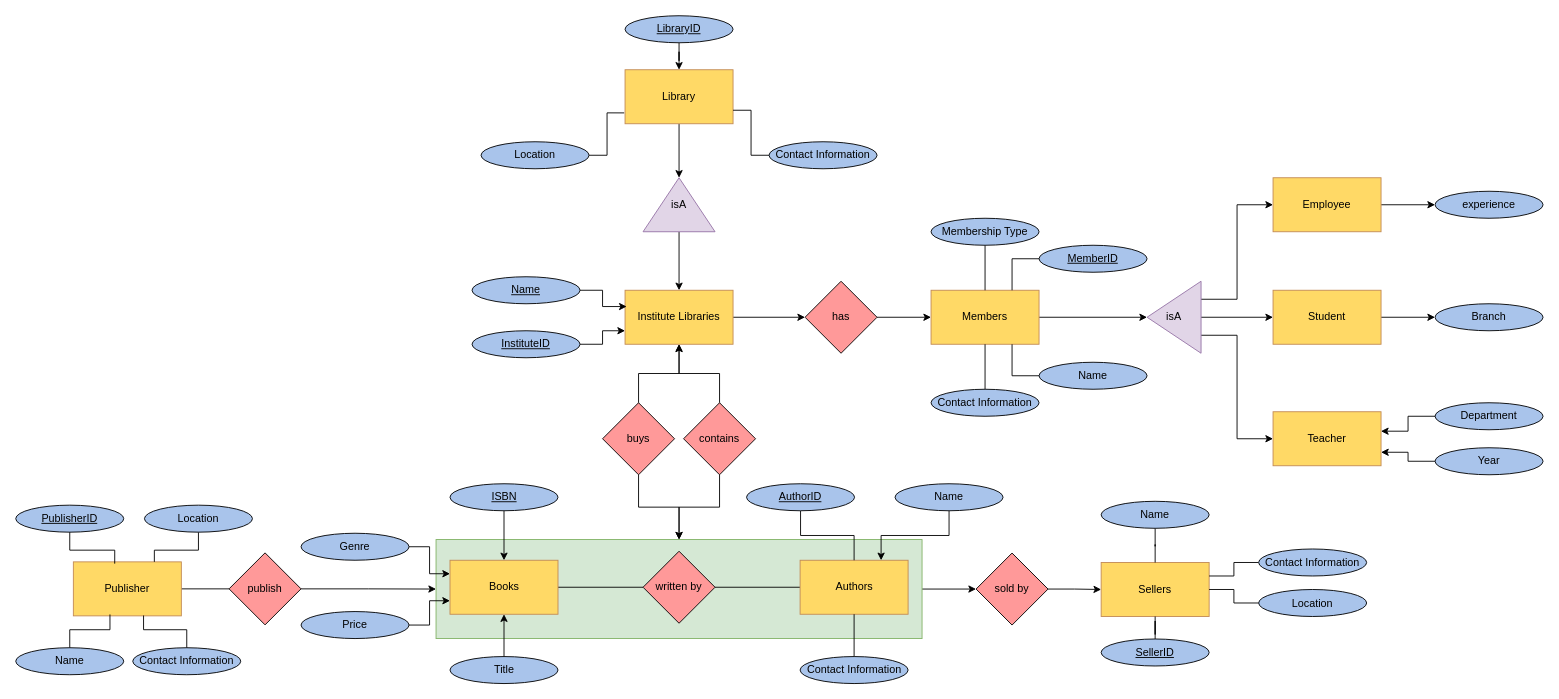
Earlier version of the draw.io diagram DBMSL/EER_SIU_LibraryManagement.drawio (onkar69483/LabCodes). Source tidied: cells renumbered, new cells numbered last; positions are measured from the earlier drawing's top-left corner, leaving out a move shared by most shapes. Both pictures are drawn from the tidied source at 90%, with x=0, y=0 at pixel (15, 15).
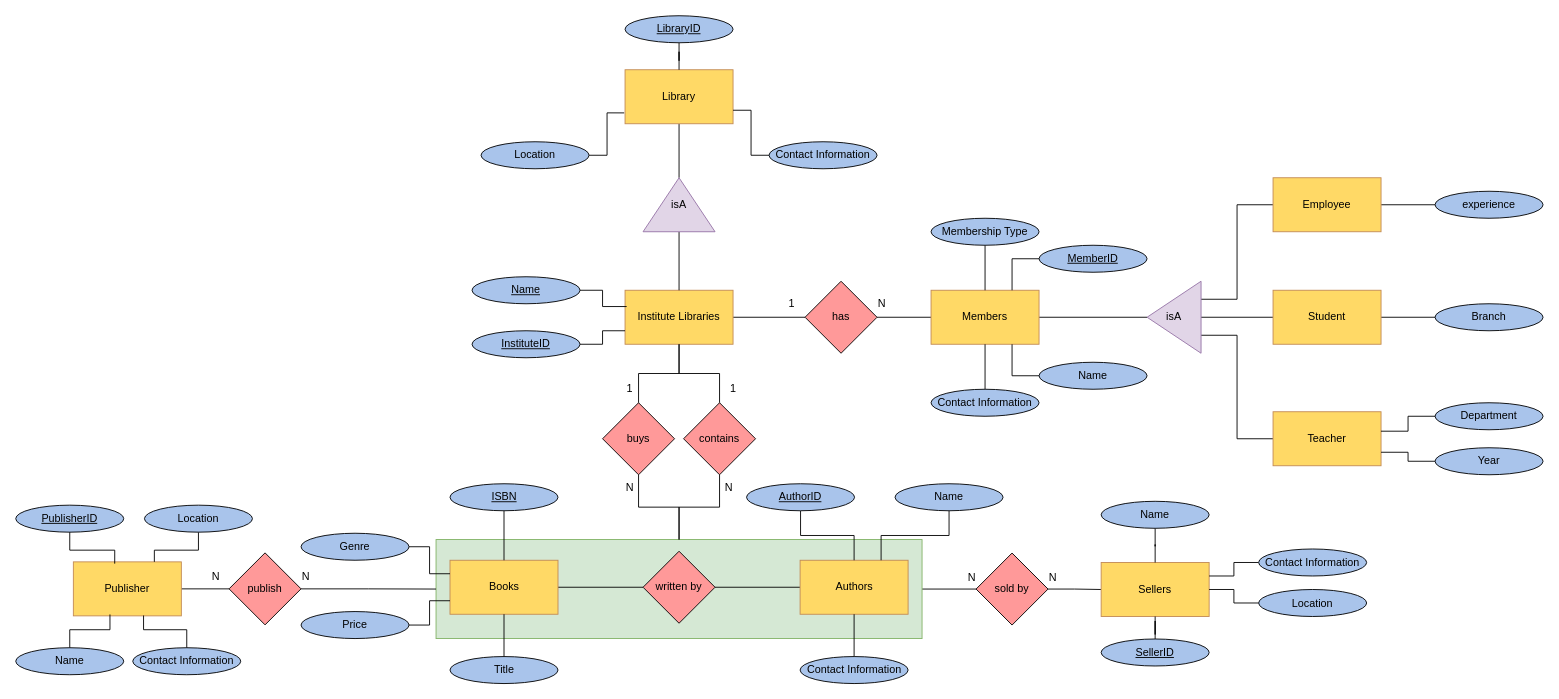
The same diagram, later.

The change refers to these unchanged cells:
```xml
<mxCell id="3" style="rounded=0;whiteSpace=wrap;html=1;fillColor=#d5e8d4;strokeColor=#82b366;" parent="1" vertex="1">
<mxCell id="5" value="Library" style="rounded=0;whiteSpace=wrap;html=1;fillColor=#FFD966;strokeColor=#C28A55;" parent="1" vertex="1">
<mxCell id="7" value="&lt;u style=&quot;border-color: var(--border-color);&quot;&gt;LibraryID&lt;/u&gt;" style="ellipse;whiteSpace=wrap;html=1;fillColor=#A9C4EB;" parent="1" vertex="1">
<mxCell id="13" value="Institute Libraries" style="rounded=0;whiteSpace=wrap;html=1;fillColor=#FFD966;strokeColor=#C28A55;" parent="1" vertex="1">
<mxCell id="15" value="&lt;u style=&quot;border-color: var(--border-color);&quot;&gt;InstituteID&lt;/u&gt;" style="ellipse;whiteSpace=wrap;html=1;fillColor=#A9C4EB;" parent="1" vertex="1">
<mxCell id="17" value="isA" style="triangle;whiteSpace=wrap;html=1;direction=north;fillColor=#e1d5e7;strokeColor=#9673a6;" parent="1" vertex="1">
<mxCell id="19" value="Books" style="rounded=0;whiteSpace=wrap;html=1;fillColor=#FFD966;strokeColor=#C28A55;" parent="1" vertex="1">
<mxCell id="21" value="Price" style="ellipse;whiteSpace=wrap;html=1;fillColor=#A9C4EB;" parent="1" vertex="1">
<mxCell id="23" value="Genre" style="ellipse;whiteSpace=wrap;html=1;fillColor=#A9C4EB;" parent="1" vertex="1">
<mxCell id="25" value="&lt;u&gt;ISBN&lt;/u&gt;" style="ellipse;whiteSpace=wrap;html=1;fillColor=#A9C4EB;" parent="1" vertex="1">
<mxCell id="27" value="Title" style="ellipse;whiteSpace=wrap;html=1;fillColor=#A9C4EB;" parent="1" vertex="1">
<mxCell id="30" value="Authors" style="rounded=0;whiteSpace=wrap;html=1;fillColor=#FFD966;strokeColor=#C28A55;" parent="1" vertex="1">
<mxCell id="34" value="Name" style="ellipse;whiteSpace=wrap;html=1;fillColor=#A9C4EB;" parent="1" vertex="1">
<mxCell id="39" value="contains" style="rhombus;whiteSpace=wrap;html=1;fillColor=#FF9999;" parent="1" vertex="1">
<mxCell id="41" value="buys" style="rhombus;whiteSpace=wrap;html=1;fillColor=#FF9999;" parent="1" vertex="1">
<mxCell id="43" value="publish" style="rhombus;whiteSpace=wrap;html=1;fillColor=#FF9999;" parent="1" vertex="1">
<mxCell id="55" value="&lt;u style=&quot;border-color: var(--border-color);&quot;&gt;Name&lt;/u&gt;" style="ellipse;whiteSpace=wrap;html=1;fillColor=#A9C4EB;" parent="1" vertex="1">
<mxCell id="57" value="sold by" style="rhombus;whiteSpace=wrap;html=1;fillColor=#FF9999;" parent="1" vertex="1">
<mxCell id="58" value="Sellers" style="rounded=0;whiteSpace=wrap;html=1;fillColor=#FFD966;strokeColor=#C28A55;" parent="1" vertex="1">
<mxCell id="68" value="has" style="rhombus;whiteSpace=wrap;html=1;fillColor=#FF9999;" parent="1" vertex="1">
<mxCell id="71" value="Members" style="rounded=0;whiteSpace=wrap;html=1;fillColor=#FFD966;strokeColor=#C28A55;" parent="1" vertex="1">
<mxCell id="83" value="isA" style="triangle;whiteSpace=wrap;html=1;direction=west;fillColor=#e1d5e7;strokeColor=#9673a6;" parent="1" vertex="1">
<mxCell id="85" value="Employee" style="rounded=0;whiteSpace=wrap;html=1;fillColor=#FFD966;strokeColor=#C28A55;" parent="1" vertex="1">
<mxCell id="87" value="Student" style="rounded=0;whiteSpace=wrap;html=1;fillColor=#FFD966;strokeColor=#C28A55;" parent="1" vertex="1">
<mxCell id="88" value="Teacher" style="rounded=0;whiteSpace=wrap;html=1;fillColor=#FFD966;strokeColor=#C28A55;" parent="1" vertex="1">
<mxCell id="89" value="experience" style="ellipse;whiteSpace=wrap;html=1;fillColor=#A9C4EB;" parent="1" vertex="1">
<mxCell id="91" value="Year" style="ellipse;whiteSpace=wrap;html=1;fillColor=#A9C4EB;" parent="1" vertex="1">
<mxCell id="92" value="Branch" style="ellipse;whiteSpace=wrap;html=1;fillColor=#A9C4EB;" parent="1" vertex="1">
<mxCell id="93" value="Department" style="ellipse;whiteSpace=wrap;html=1;fillColor=#A9C4EB;" parent="1" vertex="1">
```

Change to the diagram source:
```diff
@@
-    <mxCell id="2" style="edgeStyle=orthogonalEdgeStyle;rounded=0;jettySize=auto;html=1;" parent="1" edge="1" source="3" target="57">
+    <mxCell id="2" style="edgeStyle=orthogonalEdgeStyle;rounded=0;jettySize=auto;html=1;endArrow=none;fillColor=#A9C4EB;" parent="1" edge="1" source="3" target="57">
       <mxGeometry relative="1" as="geometry" />
     </mxCell>
@@
-    <mxCell id="4" style="edgeStyle=orthogonalEdgeStyle;rounded=0;jettySize=auto;html=1;" parent="1" edge="1" source="5" target="17">
+    <mxCell id="4" style="edgeStyle=orthogonalEdgeStyle;rounded=0;jettySize=auto;html=1;endArrow=none;fillColor=#A9C4EB;" parent="1" edge="1" source="5" target="17">
       <mxGeometry relative="1" as="geometry" />
     </mxCell>
@@
-    <mxCell id="6" style="edgeStyle=orthogonalEdgeStyle;rounded=0;jettySize=auto;html=1;" parent="1" edge="1" source="7" target="5">
+    <mxCell id="6" style="edgeStyle=orthogonalEdgeStyle;rounded=0;jettySize=auto;html=1;endArrow=none;fillColor=#A9C4EB;" parent="1" edge="1" source="7" target="5">
       <mxGeometry relative="1" as="geometry" />
     </mxCell>
@@
-    <mxCell id="12" style="edgeStyle=orthogonalEdgeStyle;rounded=0;jettySize=auto;html=1;" parent="1" edge="1" source="13" target="68">
+    <mxCell id="12" style="edgeStyle=orthogonalEdgeStyle;rounded=0;jettySize=auto;html=1;endArrow=none;fillColor=#A9C4EB;" parent="1" edge="1" source="13" target="68">
       <mxGeometry relative="1" as="geometry" />
     </mxCell>
@@
-    <mxCell id="14" style="edgeStyle=orthogonalEdgeStyle;rounded=0;jettySize=auto;html=1;" parent="1" edge="1" source="15" target="13">
+    <mxCell id="14" style="edgeStyle=orthogonalEdgeStyle;rounded=0;jettySize=auto;html=1;endArrow=none;fillColor=#A9C4EB;" parent="1" edge="1" source="15" target="13">
       <mxGeometry relative="1" as="geometry">
         <Array as="points">
           <mxPoint x="652" y="365" />
           <mxPoint x="652" y="350" />
         </Array>
       </mxGeometry>
     </mxCell>
@@
-    <mxCell id="16" style="edgeStyle=orthogonalEdgeStyle;rounded=0;jettySize=auto;html=1;" parent="1" edge="1" source="17" target="13">
+    <mxCell id="16" style="edgeStyle=orthogonalEdgeStyle;rounded=0;jettySize=auto;html=1;endArrow=none;fillColor=#A9C4EB;" parent="1" edge="1" source="17" target="13">
       <mxGeometry relative="1" as="geometry" />
     </mxCell>
@@
-    <mxCell id="20" style="edgeStyle=orthogonalEdgeStyle;rounded=0;jettySize=auto;html=1;entryX=0;entryY=0.75;entryDx=0;entryDy=0;" parent="1" edge="1" source="21" target="19">
+    <mxCell id="20" style="edgeStyle=orthogonalEdgeStyle;rounded=0;jettySize=auto;html=1;entryX=0;entryY=0.75;entryDx=0;entryDy=0;endArrow=none;fillColor=#A9C4EB;" parent="1" edge="1" source="21" target="19">
       <mxGeometry relative="1" as="geometry" />
     </mxCell>
@@
-    <mxCell id="22" style="edgeStyle=orthogonalEdgeStyle;rounded=0;jettySize=auto;html=1;entryX=0;entryY=0.25;entryDx=0;entryDy=0;" parent="1" edge="1" source="23" target="19">
+    <mxCell id="22" style="edgeStyle=orthogonalEdgeStyle;rounded=0;jettySize=auto;html=1;entryX=0;entryY=0.25;entryDx=0;entryDy=0;endArrow=none;fillColor=#A9C4EB;" parent="1" edge="1" source="23" target="19">
       <mxGeometry relative="1" as="geometry" />
     </mxCell>
@@
-    <mxCell id="24" style="edgeStyle=orthogonalEdgeStyle;rounded=0;jettySize=auto;html=1;" parent="1" edge="1" source="25" target="19">
+    <mxCell id="24" style="edgeStyle=orthogonalEdgeStyle;rounded=0;jettySize=auto;html=1;endArrow=none;fillColor=#A9C4EB;" parent="1" edge="1" source="25" target="19">
       <mxGeometry relative="1" as="geometry" />
     </mxCell>
@@
-    <mxCell id="26" style="edgeStyle=orthogonalEdgeStyle;rounded=0;jettySize=auto;html=1;" parent="1" edge="1" source="27" target="19">
+    <mxCell id="26" style="edgeStyle=orthogonalEdgeStyle;rounded=0;jettySize=auto;html=1;endArrow=none;fillColor=#A9C4EB;" parent="1" edge="1" source="27" target="19">
       <mxGeometry relative="1" as="geometry" />
     </mxCell>
@@
-    <mxCell id="33" style="edgeStyle=orthogonalEdgeStyle;rounded=0;jettySize=auto;html=1;entryX=0.75;entryY=0;entryDx=0;entryDy=0;" parent="1" edge="1" source="34" target="30">
+    <mxCell id="33" style="edgeStyle=orthogonalEdgeStyle;rounded=0;jettySize=auto;html=1;entryX=0.75;entryY=0;entryDx=0;entryDy=0;endArrow=none;fillColor=#A9C4EB;" parent="1" edge="1" source="34" target="30">
       <mxGeometry relative="1" as="geometry" />
     </mxCell>
@@
-    <mxCell id="37" style="edgeStyle=orthogonalEdgeStyle;rounded=0;jettySize=auto;html=1;" parent="1" edge="1" source="39" target="3">
+    <mxCell id="37" style="edgeStyle=orthogonalEdgeStyle;rounded=0;jettySize=auto;html=1;endArrow=none;fillColor=#A9C4EB;" parent="1" edge="1" source="39" target="3">
       <mxGeometry relative="1" as="geometry" />
     </mxCell>
-    <mxCell id="38" style="edgeStyle=orthogonalEdgeStyle;rounded=0;jettySize=auto;html=1;entryX=0.5;entryY=1;entryDx=0;entryDy=0;" parent="1" edge="1" source="39" target="13">
+    <mxCell id="38" style="edgeStyle=orthogonalEdgeStyle;rounded=0;jettySize=auto;html=1;entryX=0.5;entryY=1;entryDx=0;entryDy=0;endArrow=none;fillColor=#A9C4EB;" parent="1" edge="1" source="39" target="13">
       <mxGeometry relative="1" as="geometry" />
     </mxCell>
@@
-    <mxCell id="40" style="edgeStyle=orthogonalEdgeStyle;rounded=0;jettySize=auto;html=1;" parent="1" edge="1" source="41" target="3">
+    <mxCell id="40" style="edgeStyle=orthogonalEdgeStyle;rounded=0;jettySize=auto;html=1;endArrow=none;fillColor=#A9C4EB;" parent="1" edge="1" source="41" target="3">
       <mxGeometry relative="1" as="geometry" />
     </mxCell>
@@
-    <mxCell id="42" style="edgeStyle=orthogonalEdgeStyle;rounded=0;jettySize=auto;html=1;" parent="1" edge="1" source="41" target="13">
+    <mxCell id="42" style="edgeStyle=orthogonalEdgeStyle;rounded=0;jettySize=auto;html=1;endArrow=none;fillColor=#A9C4EB;" parent="1" edge="1" source="41" target="13">
       <mxGeometry relative="1" as="geometry" />
     </mxCell>
@@
-    <mxCell id="54" style="edgeStyle=orthogonalEdgeStyle;rounded=0;jettySize=auto;html=1;entryX=0;entryY=0.5;entryDx=0;entryDy=0;" parent="1" edge="1" source="43" target="3">
+    <mxCell id="54" style="edgeStyle=orthogonalEdgeStyle;rounded=0;jettySize=auto;html=1;entryX=0;entryY=0.5;entryDx=0;entryDy=0;endArrow=none;fillColor=#A9C4EB;" parent="1" edge="1" source="43" target="3">
       <mxGeometry relative="1" as="geometry" />
     </mxCell>
@@
-    <mxCell id="56" style="edgeStyle=orthogonalEdgeStyle;rounded=0;jettySize=auto;html=1;" parent="1" edge="1" source="57" target="58">
+    <mxCell id="56" style="edgeStyle=orthogonalEdgeStyle;rounded=0;jettySize=auto;html=1;endArrow=none;fillColor=#A9C4EB;" parent="1" edge="1" source="57" target="58">
       <mxGeometry relative="1" as="geometry" />
     </mxCell>
@@
-    <mxCell id="67" style="edgeStyle=orthogonalEdgeStyle;rounded=0;jettySize=auto;html=1;" parent="1" edge="1" source="68" target="71">
+    <mxCell id="67" style="edgeStyle=orthogonalEdgeStyle;rounded=0;jettySize=auto;html=1;endArrow=none;fillColor=#A9C4EB;" parent="1" edge="1" source="68" target="71">
       <mxGeometry relative="1" as="geometry" />
     </mxCell>
@@
-    <mxCell id="69" style="edgeStyle=orthogonalEdgeStyle;rounded=0;jettySize=auto;html=1;entryX=0.015;entryY=0.302;entryDx=0;entryDy=0;entryPerimeter=0;" parent="1" edge="1" source="55" target="13">
+    <mxCell id="69" style="edgeStyle=orthogonalEdgeStyle;rounded=0;jettySize=auto;html=1;entryX=0.015;entryY=0.302;entryDx=0;entryDy=0;entryPerimeter=0;endArrow=none;fillColor=#A9C4EB;" parent="1" edge="1" source="55" target="13">
       <mxGeometry relative="1" as="geometry" />
     </mxCell>
-    <mxCell id="70" style="edgeStyle=orthogonalEdgeStyle;rounded=0;jettySize=auto;html=1;" parent="1" edge="1" source="71" target="83">
+    <mxCell id="70" style="edgeStyle=orthogonalEdgeStyle;rounded=0;jettySize=auto;html=1;endArrow=none;fillColor=#A9C4EB;" parent="1" edge="1" source="71" target="83">
       <mxGeometry relative="1" as="geometry" />
     </mxCell>
@@
-    <mxCell id="80" style="edgeStyle=orthogonalEdgeStyle;rounded=0;jettySize=auto;html=1;entryX=0;entryY=0.5;entryDx=0;entryDy=0;" parent="1" edge="1" source="83" target="87">
+    <mxCell id="80" style="edgeStyle=orthogonalEdgeStyle;rounded=0;jettySize=auto;html=1;entryX=0;entryY=0.5;entryDx=0;entryDy=0;endArrow=none;fillColor=#A9C4EB;" parent="1" edge="1" source="83" target="87">
       <mxGeometry relative="1" as="geometry" />
     </mxCell>
-    <mxCell id="81" style="edgeStyle=orthogonalEdgeStyle;rounded=0;jettySize=auto;html=1;exitX=0;exitY=0.75;exitDx=0;exitDy=0;entryX=0;entryY=0.5;entryDx=0;entryDy=0;" parent="1" edge="1" source="83" target="85">
+    <mxCell id="81" style="edgeStyle=orthogonalEdgeStyle;rounded=0;jettySize=auto;html=1;exitX=0;exitY=0.75;exitDx=0;exitDy=0;entryX=0;entryY=0.5;entryDx=0;entryDy=0;endArrow=none;fillColor=#A9C4EB;" parent="1" edge="1" source="83" target="85">
       <mxGeometry relative="1" as="geometry" />
     </mxCell>
-    <mxCell id="82" style="edgeStyle=orthogonalEdgeStyle;rounded=0;jettySize=auto;html=1;exitX=0;exitY=0.25;exitDx=0;exitDy=0;entryX=0;entryY=0.5;entryDx=0;entryDy=0;" parent="1" edge="1" source="83" target="88">
+    <mxCell id="82" style="edgeStyle=orthogonalEdgeStyle;rounded=0;jettySize=auto;html=1;exitX=0;exitY=0.25;exitDx=0;exitDy=0;entryX=0;entryY=0.5;entryDx=0;entryDy=0;endArrow=none;fillColor=#A9C4EB;" parent="1" edge="1" source="83" target="88">
       <mxGeometry relative="1" as="geometry" />
     </mxCell>
@@
-    <mxCell id="84" style="edgeStyle=orthogonalEdgeStyle;rounded=0;jettySize=auto;html=1;" parent="1" edge="1" source="85" target="89">
+    <mxCell id="84" style="edgeStyle=orthogonalEdgeStyle;rounded=0;jettySize=auto;html=1;endArrow=none;fillColor=#A9C4EB;" parent="1" edge="1" source="85" target="89">
       <mxGeometry relative="1" as="geometry" />
     </mxCell>
@@
-    <mxCell id="86" style="edgeStyle=orthogonalEdgeStyle;rounded=0;jettySize=auto;html=1;" parent="1" edge="1" source="87" target="92">
+    <mxCell id="86" style="edgeStyle=orthogonalEdgeStyle;rounded=0;jettySize=auto;html=1;endArrow=none;fillColor=#A9C4EB;" parent="1" edge="1" source="87" target="92">
       <mxGeometry relative="1" as="geometry" />
     </mxCell>
@@
-    <mxCell id="90" style="edgeStyle=orthogonalEdgeStyle;rounded=0;jettySize=auto;html=1;entryX=1;entryY=0.75;entryDx=0;entryDy=0;" parent="1" edge="1" source="91" target="88">
+    <mxCell id="90" style="edgeStyle=orthogonalEdgeStyle;rounded=0;jettySize=auto;html=1;entryX=1;entryY=0.75;entryDx=0;entryDy=0;endArrow=none;fillColor=#A9C4EB;" parent="1" edge="1" source="91" target="88">
       <mxGeometry relative="1" as="geometry" />
     </mxCell>
@@
-    <mxCell id="94" style="edgeStyle=orthogonalEdgeStyle;rounded=0;jettySize=auto;html=1;entryX=0.999;entryY=0.36;entryDx=0;entryDy=0;entryPerimeter=0;" parent="1" edge="1" source="93" target="88">
+    <mxCell id="94" style="edgeStyle=orthogonalEdgeStyle;rounded=0;jettySize=auto;html=1;entryX=0.999;entryY=0.36;entryDx=0;entryDy=0;entryPerimeter=0;endArrow=none;fillColor=#A9C4EB;" parent="1" edge="1" source="93" target="88">
       <mxGeometry relative="1" as="geometry" />
     </mxCell>
+    <mxCell id="95" value="1" style="text;html=1;align=center;verticalAlign=middle;strokeColor=none;fillColor=none;" parent="1" vertex="1">
+      <mxGeometry x="667" y="400" width="30" height="30" as="geometry" />
+    </mxCell>
+    <mxCell id="96" value="N" style="text;html=1;align=center;verticalAlign=middle;strokeColor=none;fillColor=none;" parent="1" vertex="1">
+      <mxGeometry x="667" y="510" width="30" height="30" as="geometry" />
+    </mxCell>
+    <mxCell id="97" value="N" style="text;html=1;align=center;verticalAlign=middle;strokeColor=none;fillColor=none;" parent="1" vertex="1">
+      <mxGeometry x="947" y="305" width="30" height="30" as="geometry" />
+    </mxCell>
+    <mxCell id="98" value="1" style="text;html=1;align=center;verticalAlign=middle;strokeColor=none;fillColor=none;" parent="1" vertex="1">
+      <mxGeometry x="847" y="305" width="30" height="30" as="geometry" />
+    </mxCell>
+    <mxCell id="99" value="1" style="text;html=1;align=center;verticalAlign=middle;strokeColor=none;fillColor=none;" parent="1" vertex="1">
+      <mxGeometry x="782" y="400" width="30" height="30" as="geometry" />
+    </mxCell>
+    <mxCell id="100" value="N" style="text;html=1;align=center;verticalAlign=middle;strokeColor=none;fillColor=none;" parent="1" vertex="1">
+      <mxGeometry x="777" y="509.5" width="30" height="30" as="geometry" />
+    </mxCell>
+    <mxCell id="101" value="N" style="text;html=1;align=center;verticalAlign=middle;strokeColor=none;fillColor=none;" parent="1" vertex="1">
+      <mxGeometry x="1047" y="610" width="30" height="30" as="geometry" />
+    </mxCell>
+    <mxCell id="102" value="N" style="text;html=1;align=center;verticalAlign=middle;strokeColor=none;fillColor=none;" parent="1" vertex="1">
+      <mxGeometry x="207" y="607.5" width="30" height="30" as="geometry" />
+    </mxCell>
+    <mxCell id="103" value="N" style="text;html=1;align=center;verticalAlign=middle;strokeColor=none;fillColor=none;" parent="1" vertex="1">
+      <mxGeometry x="307" y="607.5" width="30" height="30" as="geometry" />
+    </mxCell>
+    <mxCell id="104" value="N" style="text;html=1;align=center;verticalAlign=middle;strokeColor=none;fillColor=none;" parent="1" vertex="1">
+      <mxGeometry x="1137" y="610" width="30" height="30" as="geometry" />
+    </mxCell>
```
